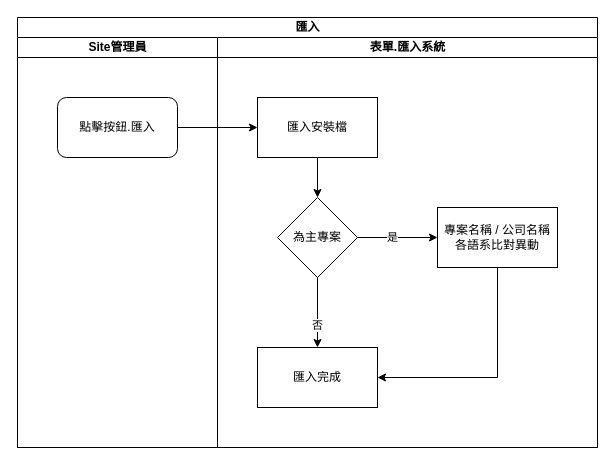
Before: 8.10.0/UPDATE/ITEM_3/RTE/attachment/importObject_Import.drawio in ArcareRD/sadocs, a draw.io diagram. Source tidied: cells renumbered, new cells numbered last; positions are measured from the earlier drawing's top-left corner, leaving out a move shared by most shapes. Both pictures are drawn from the tidied source at 100%, with x=0, y=0 at pixel (17, 17).
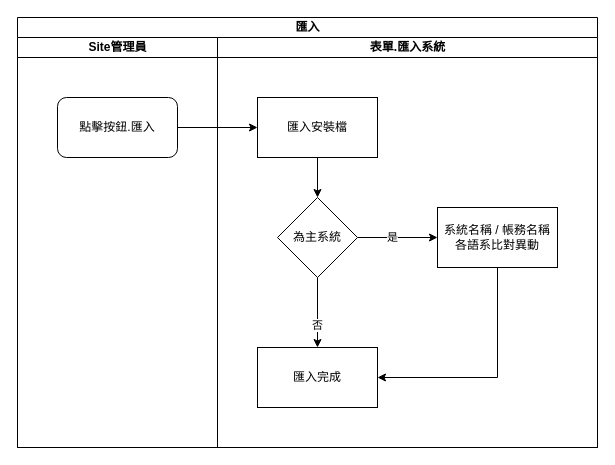
Above is the later version.

Diff of the diagram source:
```diff
@@
 <mxGraphModel>
   <root>
     <mxCell id="0" />
     <mxCell id="1" parent="0" />
     <mxCell id="2" value="匯入" style="swimlane;html=1;startSize=20;" parent="1" vertex="1">
       <mxGeometry width="580" height="430" as="geometry" />
     </mxCell>
     <mxCell id="3" value="Site管理員" style="swimlane;html=1;startSize=20;" parent="2" vertex="1">
       <mxGeometry y="20" width="200" height="410" as="geometry" />
     </mxCell>
     <mxCell id="4" value="點擊按鈕.匯入" style="rounded=1;whiteSpace=wrap;html=1;" parent="3" vertex="1">
       <mxGeometry x="40" y="60" width="120" height="60" as="geometry" />
     </mxCell>
     <mxCell id="5" style="edgeStyle=orthogonalEdgeStyle;rounded=0;jettySize=auto;html=1;exitX=1;exitY=0.5;exitDx=0;exitDy=0;entryX=0;entryY=0.5;entryDx=0;entryDy=0;" parent="2" edge="1" source="4" target="8">
       <mxGeometry relative="1" as="geometry" />
     </mxCell>
     <mxCell id="6" value="表單.匯入系統" style="swimlane;html=1;startSize=20;" parent="2" vertex="1">
       <mxGeometry x="200" y="20" width="380" height="410" as="geometry" />
     </mxCell>
     <mxCell id="7" style="edgeStyle=orthogonalEdgeStyle;rounded=0;jettySize=auto;html=1;exitX=0.5;exitY=1;exitDx=0;exitDy=0;entryX=0.5;entryY=0;entryDx=0;entryDy=0;" parent="6" edge="1" source="8" target="13">
       <mxGeometry relative="1" as="geometry" />
     </mxCell>
     <mxCell id="8" value="匯入安裝檔" style="rounded=0;whiteSpace=wrap;html=1;" parent="6" vertex="1">
       <mxGeometry x="40" y="60" width="120" height="60" as="geometry" />
     </mxCell>
     <mxCell id="9" style="edgeStyle=orthogonalEdgeStyle;rounded=0;jettySize=auto;html=1;exitX=0.5;exitY=1;exitDx=0;exitDy=0;entryX=0.5;entryY=0;entryDx=0;entryDy=0;" parent="6" edge="1" source="13" target="15">
       <mxGeometry relative="1" as="geometry" />
     </mxCell>
     <mxCell id="10" value="否" style="edgeLabel;html=1;align=center;verticalAlign=middle;" parent="9" vertex="1">
       <mxGeometry x="0.33" y="-1" relative="1" as="geometry" />
     </mxCell>
     <mxCell id="11" style="edgeStyle=orthogonalEdgeStyle;rounded=0;jettySize=auto;html=1;exitX=1;exitY=0.5;exitDx=0;exitDy=0;entryX=0;entryY=0.5;entryDx=0;entryDy=0;" parent="6" edge="1" source="13" target="16">
       <mxGeometry relative="1" as="geometry" />
     </mxCell>
     <mxCell id="12" value="是" style="edgeLabel;html=1;align=center;verticalAlign=middle;" parent="11" vertex="1">
       <mxGeometry x="-0.15" y="1" relative="1" as="geometry" />
     </mxCell>
-    <mxCell id="13" value="為主專案" style="rhombus;whiteSpace=wrap;html=1;" parent="6" vertex="1">
+    <mxCell id="13" value="為主系統" style="rhombus;whiteSpace=wrap;html=1;" parent="6" vertex="1">
       <mxGeometry x="60" y="160" width="80" height="80" as="geometry" />
     </mxCell>
     <mxCell id="14" style="edgeStyle=orthogonalEdgeStyle;rounded=0;jettySize=auto;html=1;exitX=0.5;exitY=1;exitDx=0;exitDy=0;entryX=1;entryY=0.5;entryDx=0;entryDy=0;" parent="6" edge="1" source="16" target="15">
       <mxGeometry relative="1" as="geometry" />
     </mxCell>
     <mxCell id="15" value="匯入完成" style="rounded=0;whiteSpace=wrap;html=1;" parent="6" vertex="1">
       <mxGeometry x="40" y="310" width="120" height="60" as="geometry" />
     </mxCell>
-    <mxCell id="16" value="專案名稱 / 公司名稱&lt;br&gt;各語系比對異動" style="rounded=0;whiteSpace=wrap;html=1;" parent="6" vertex="1">
+    <mxCell id="16" value="系統名稱 / 帳務名稱&lt;br&gt;各語系比對異動" style="rounded=0;whiteSpace=wrap;html=1;" parent="6" vertex="1">
       <mxGeometry x="220" y="170" width="120" height="60" as="geometry" />
     </mxCell>
   </root>
 </mxGraphModel>
```
